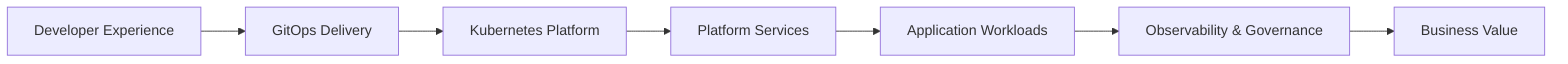
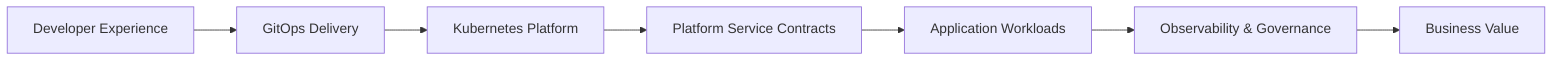
flowchart LR
    A[Developer Experience] --> B[GitOps Delivery]
    B --> C[Kubernetes Platform]
-     C --> D[Platform Services]
+     C --> D[Platform Service Contracts]
    D --> E[Application Workloads]
    E --> F[Observability & Governance]
    F --> G[Business Value]
